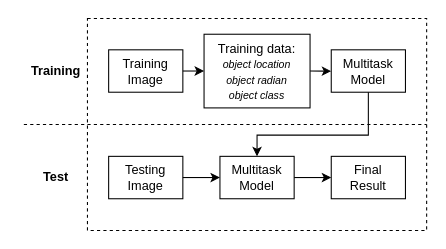
Earlier version of the draw.io diagram Figures.drawio (popshia/yolov7h). Source tidied: cells renumbered, new cells numbered last; positions are measured from the earlier drawing's top-left corner, leaving out a move shared by most shapes. Both pictures are drawn from the tidied source at 106%, with x=0, y=0 at pixel (18, 18).
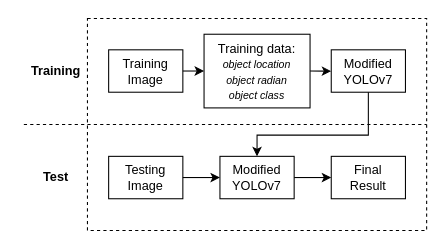
Above is the later version.

Unchanged cells that the change refers to:
```xml
<mxCell id="2" style="group;" parent="1" vertex="1">
  <mxGeometry width="385" height="200" as="geometry" />
</mxCell>
```

What changed in the source:
```diff
@@
-    <mxCell id="11" value="Multitask&lt;br&gt;Model" style="rounded=0;whiteSpace=wrap;html=1;" parent="2" vertex="1">
+    <mxCell id="11" value="Modified&lt;br&gt;YOLOv7" style="rounded=0;whiteSpace=wrap;html=1;" parent="2" vertex="1">
       <mxGeometry x="295" y="29.5" width="70" height="40" as="geometry" />
     </mxCell>
@@
-    <mxCell id="13" value="Multitask&lt;br&gt;Model" style="rounded=0;whiteSpace=wrap;html=1;" parent="2" vertex="1">
+    <mxCell id="13" value="Modified&lt;br&gt;YOLOv7" style="rounded=0;whiteSpace=wrap;html=1;" parent="2" vertex="1">
       <mxGeometry x="190" y="130" width="70" height="40" as="geometry" />
     </mxCell>
```
